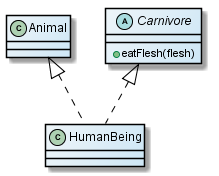
This is docs/img/example-implement.png from amercier/inheritance.js, a PlantUML export, as it was before one commit.
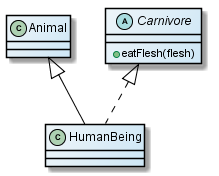
After the commit.

Commit message:
Updated UML diagram

Diff of the diagram source:
```diff
@@ -43,7 +43,7 @@
 	+ eatFlesh(flesh)
 }
 
-Animal <|.. HumanBeing
+Animal <|-- HumanBeing
 Carnivore <|.. HumanBeing
 
 @enduml
```
